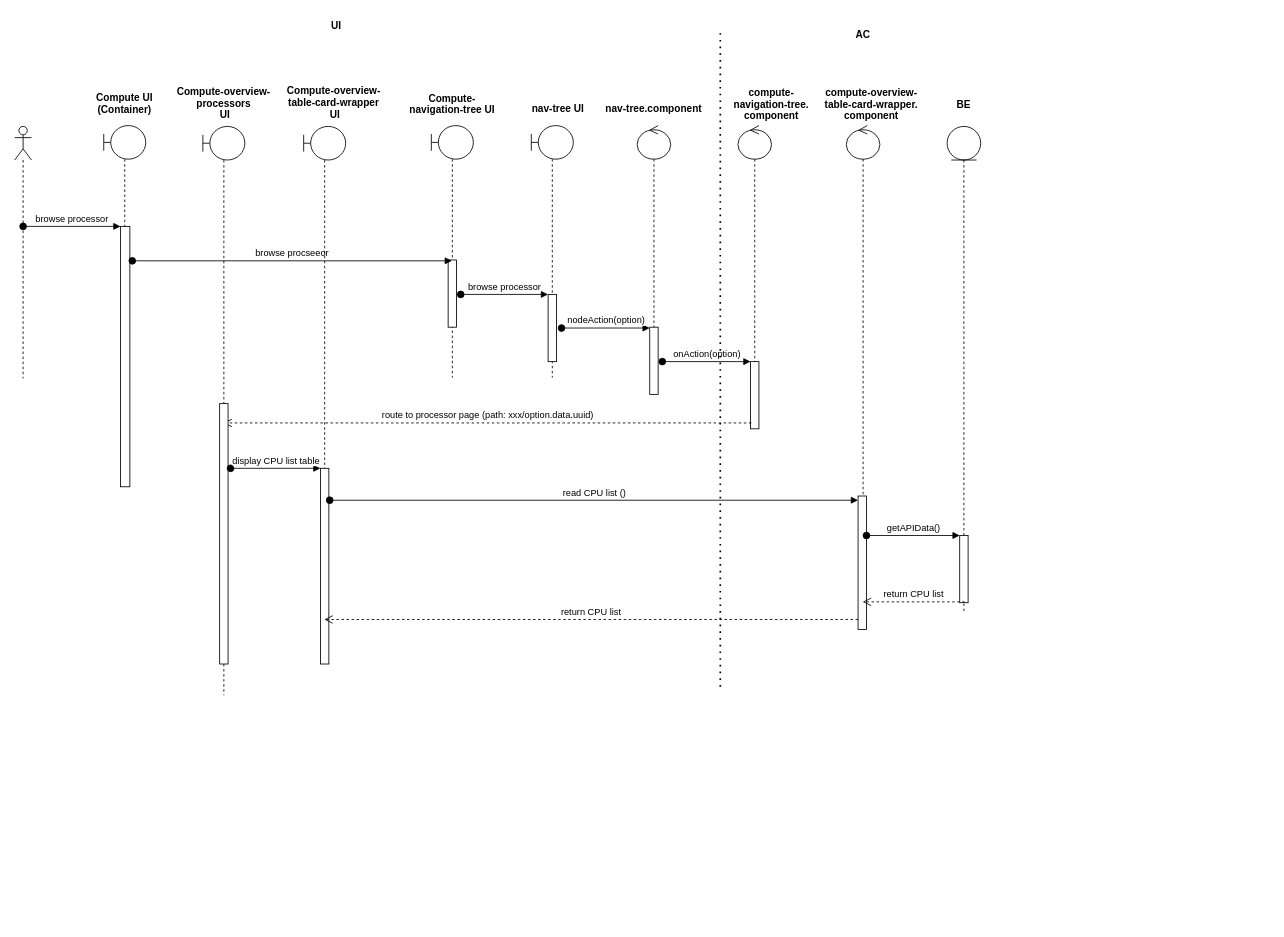
Before: page "compute/overview/processor/seq-diagram with code review" (41 of 43) of Untitled Diagram.drawio in hsiaofung/UML, a draw.io diagram. Source tidied: cells renumbered, new cells numbered last; positions are measured from the earlier drawing's top-left corner, leaving out a move shared by most shapes. Both pictures are drawn from the tidied source at 84%, with x=0, y=0 at pixel (14, 14).
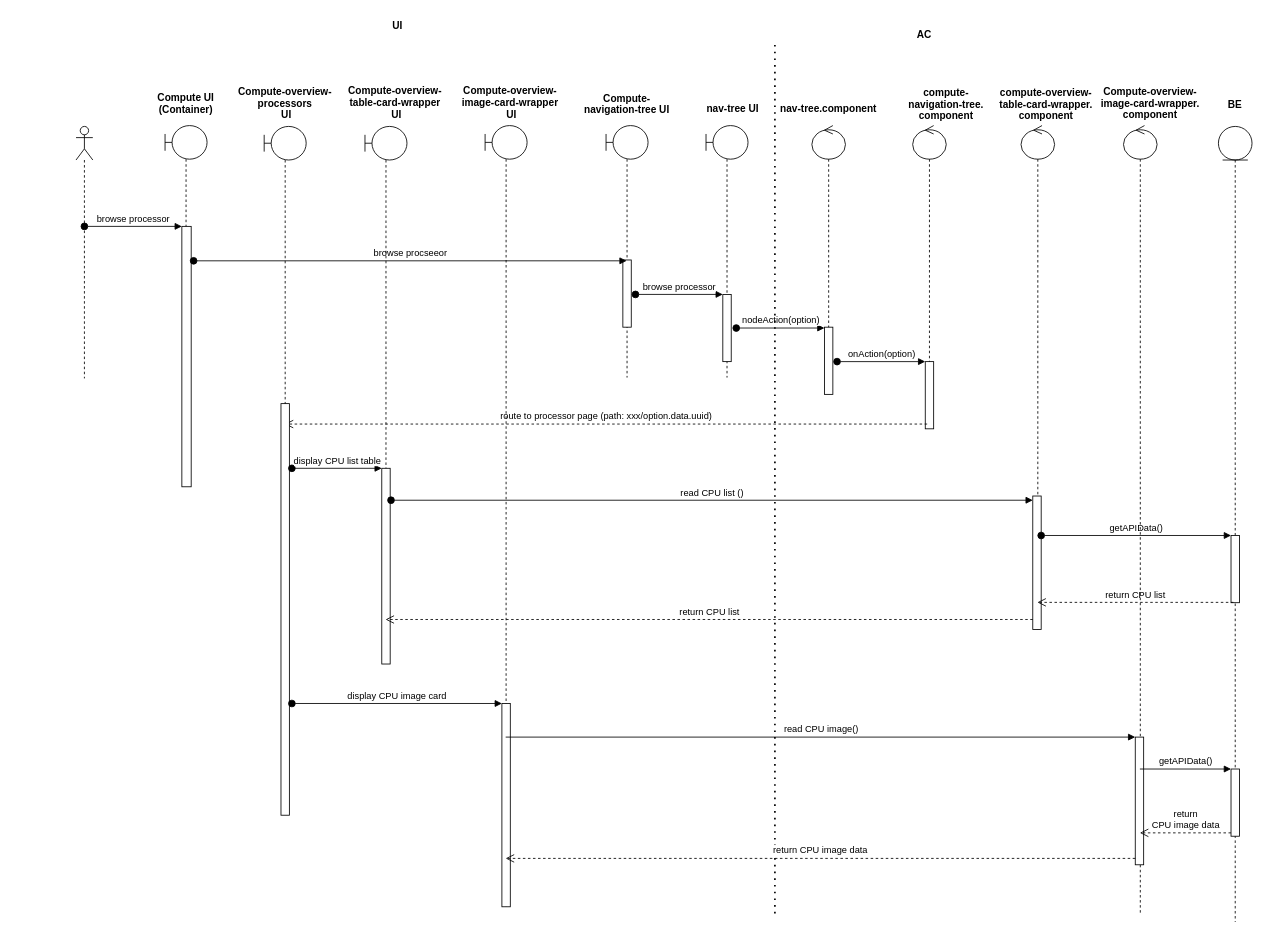
The same page after the edit.

Unchanged cells that the change refers to:
```xml
<mxCell id="4" style="html=1;points=[];perimeter=orthogonalPerimeter;" parent="3" vertex="1">
  <mxGeometry x="20" y="120" width="11.1" height="310" as="geometry" />
</mxCell>
<mxCell id="11" style="html=1;points=[];perimeter=orthogonalPerimeter;" parent="10" vertex="1">
  <mxGeometry x="20" y="201" width="10" height="80" as="geometry" />
</mxCell>
<mxCell id="16" style="html=1;points=[];perimeter=orthogonalPerimeter;" parent="15" vertex="1">
  <mxGeometry x="15" y="240" width="10" height="80" as="geometry" />
</mxCell>
<mxCell id="31" style="html=1;points=[];perimeter=orthogonalPerimeter;" parent="30" vertex="1">
  <mxGeometry x="20" y="407" width="10" height="233" as="geometry" />
</mxCell>
<mxCell id="35" style="html=1;points=[];perimeter=orthogonalPerimeter;" parent="34" vertex="1">
  <mxGeometry x="14" y="441" width="10" height="159" as="geometry" />
</mxCell>
<mxCell id="40" style="html=1;points=[];perimeter=orthogonalPerimeter;" parent="39" vertex="1">
  <mxGeometry x="15" y="487" width="10" height="80" as="geometry" />
</mxCell>
```

Change to the diagram source:
```diff
@@
     <mxCell id="2" style="shape=umlLifeline;participant=umlActor;perimeter=lifelinePerimeter;whiteSpace=wrap;html=1;verticalAlign=top;spacingTop=36;" parent="1" vertex="1">
-      <mxGeometry y="133" width="20" height="300" as="geometry" />
+      <mxGeometry x="73" y="133" width="20" height="300" as="geometry" />
     </mxCell>
     <mxCell id="3" style="shape=umlLifeline;participant=umlBoundary;perimeter=lifelinePerimeter;whiteSpace=wrap;html=1;verticalAlign=top;spacingTop=36;" parent="1" vertex="1">
-      <mxGeometry x="106" y="132" width="50" height="430" as="geometry" />
+      <mxGeometry x="179" y="132" width="50" height="430" as="geometry" />
     </mxCell>
@@
     <mxCell id="5" value="Compute UI&#10;(Container)" style="text;align=center;fontStyle=1;verticalAlign=middle;spacingLeft=3;spacingRight=3;strokeColor=none;" parent="1" vertex="1">
-      <mxGeometry x="91" y="92" width="80" height="26" as="geometry" />
+      <mxGeometry x="164" y="92" width="80" height="26" as="geometry" />
     </mxCell>
     <mxCell id="6" value="browse processor" style="html=1;verticalAlign=bottom;startArrow=oval;endArrow=block;startSize=8;rounded=0;" parent="1" edge="1" target="4">
       <mxGeometry relative="1" as="geometry">
-        <mxPoint x="10" y="252" as="sourcePoint" />
+        <mxPoint x="83" y="252" as="sourcePoint" />
       </mxGeometry>
     </mxCell>
     <mxCell id="7" style="shape=umlLifeline;participant=umlBoundary;perimeter=lifelinePerimeter;whiteSpace=wrap;html=1;verticalAlign=top;spacingTop=36;outlineConnect=0;" parent="1" vertex="1">
-      <mxGeometry x="496" y="132" width="50" height="300" as="geometry" />
+      <mxGeometry x="704" y="132" width="50" height="300" as="geometry" />
     </mxCell>
@@
     <mxCell id="9" value="nav-tree UI" style="text;align=center;fontStyle=1;verticalAlign=middle;spacingLeft=3;spacingRight=3;strokeColor=none;" parent="1" vertex="1">
-      <mxGeometry x="607" y="98" width="80" height="26" as="geometry" />
+      <mxGeometry x="815" y="98" width="80" height="26" as="geometry" />
     </mxCell>
     <mxCell id="10" style="shape=umlLifeline;participant=umlBoundary;perimeter=lifelinePerimeter;whiteSpace=wrap;html=1;verticalAlign=top;spacingTop=36;" parent="1" vertex="1">
-      <mxGeometry x="615" y="132" width="50" height="300" as="geometry" />
+      <mxGeometry x="823" y="132" width="50" height="300" as="geometry" />
     </mxCell>
@@
     <mxCell id="12" value="Compute-&#10;navigation-tree UI" style="text;align=center;fontStyle=1;verticalAlign=middle;spacingLeft=3;spacingRight=3;strokeColor=none;" parent="1" vertex="1">
-      <mxGeometry x="481" y="93" width="80" height="26" as="geometry" />
+      <mxGeometry x="689" y="93" width="80" height="26" as="geometry" />
     </mxCell>
     <mxCell id="13" value="browse procseeor" style="html=1;verticalAlign=bottom;startArrow=oval;endArrow=block;startSize=8;rounded=0;" parent="1" edge="1" target="7">
       <mxGeometry relative="1" as="geometry">
-        <mxPoint x="140" y="293" as="sourcePoint" />
+        <mxPoint x="213" y="293" as="sourcePoint" />
       </mxGeometry>
     </mxCell>
     <mxCell id="14" value="browse processor" style="html=1;verticalAlign=bottom;startArrow=oval;endArrow=block;startSize=8;rounded=0;" parent="1" edge="1" target="11">
       <mxGeometry relative="1" as="geometry">
-        <mxPoint x="531" y="333" as="sourcePoint" />
+        <mxPoint x="739" y="333" as="sourcePoint" />
       </mxGeometry>
     </mxCell>
     <mxCell id="15" style="shape=umlLifeline;participant=umlControl;perimeter=lifelinePerimeter;whiteSpace=wrap;html=1;verticalAlign=top;spacingTop=36;" parent="1" vertex="1">
-      <mxGeometry x="741" y="132" width="40" height="320" as="geometry" />
+      <mxGeometry x="949" y="132" width="40" height="320" as="geometry" />
     </mxCell>
@@
     <mxCell id="17" value="nav-tree.component" style="text;align=center;fontStyle=1;verticalAlign=middle;spacingLeft=3;spacingRight=3;strokeColor=none;" parent="1" vertex="1">
-      <mxGeometry x="721" y="98" width="80" height="26" as="geometry" />
+      <mxGeometry x="929" y="98" width="80" height="26" as="geometry" />
     </mxCell>
     <mxCell id="18" value="nodeAction(option)" style="html=1;verticalAlign=bottom;startArrow=oval;endArrow=block;startSize=8;rounded=0;" parent="1" edge="1" target="16">
       <mxGeometry relative="1" as="geometry">
-        <mxPoint x="651" y="373" as="sourcePoint" />
+        <mxPoint x="859" y="373" as="sourcePoint" />
       </mxGeometry>
     </mxCell>
     <mxCell id="19" style="shape=umlLifeline;participant=umlControl;perimeter=lifelinePerimeter;whiteSpace=wrap;html=1;verticalAlign=top;spacingTop=36;" parent="1" vertex="1">
-      <mxGeometry x="861" y="132" width="40" height="300" as="geometry" />
+      <mxGeometry x="1069" y="132" width="40" height="300" as="geometry" />
     </mxCell>
     <mxCell id="20" style="html=1;points=[];perimeter=orthogonalPerimeter;" parent="1" vertex="1">
-      <mxGeometry x="876" y="413" width="10" height="80" as="geometry" />
+      <mxGeometry x="1084" y="413" width="10" height="80" as="geometry" />
     </mxCell>
     <mxCell id="21" value="onAction(option)" style="html=1;verticalAlign=bottom;startArrow=oval;endArrow=block;startSize=8;rounded=0;" parent="1" edge="1" target="20">
       <mxGeometry relative="1" as="geometry">
-        <mxPoint x="771" y="413" as="sourcePoint" />
+        <mxPoint x="979" y="413" as="sourcePoint" />
       </mxGeometry>
     </mxCell>
     <mxCell id="22" value="compute-&#10;navigation-tree.&#10;component" style="text;align=center;fontStyle=1;verticalAlign=middle;spacingLeft=3;spacingRight=3;strokeColor=none;" parent="1" vertex="1">
-      <mxGeometry x="861" y="93" width="80" height="26" as="geometry" />
+      <mxGeometry x="1069" y="93" width="80" height="26" as="geometry" />
     </mxCell>
-    <mxCell id="23" value="route to processor page (path: xxx/option.data.uuid)" style="html=1;verticalAlign=bottom;endArrow=open;dashed=1;endSize=8;rounded=0;exitX=0.1;exitY=0.963;exitDx=0;exitDy=0;exitPerimeter=0;" parent="1" edge="1" target="27">
-      <mxGeometry relative="1" as="geometry">
-        <mxPoint x="877" y="486" as="sourcePoint" />
-      </mxGeometry>
+    <mxCell id="23" value="route to processor page (path: xxx/option.data.uuid)" style="html=1;verticalAlign=bottom;endArrow=open;dashed=1;endSize=8;rounded=0;exitX=0.226;exitY=0.929;exitDx=0;exitDy=0;exitPerimeter=0;" parent="1" edge="1" source="20" target="27">
+      <mxGeometry relative="1" as="geometry" />
     </mxCell>
     <mxCell id="24" style="endArrow=none;dashed=1;html=1;dashPattern=1 3;strokeWidth=2;rounded=0;" parent="1" edge="1">
       <mxGeometry relative="1" as="geometry">
-        <mxPoint x="840" y="800" as="sourcePoint" />
-        <mxPoint x="840" y="20" as="targetPoint" />
+        <mxPoint x="905" y="1070" as="sourcePoint" />
+        <mxPoint x="905" y="36" as="targetPoint" />
       </mxGeometry>
     </mxCell>
     <mxCell id="25" value="AC" style="text;align=center;fontStyle=1;verticalAlign=middle;spacingLeft=3;spacingRight=3;strokeColor=none;" parent="1" vertex="1">
-      <mxGeometry x="970" y="10" width="80" height="26" as="geometry" />
+      <mxGeometry x="1043" y="10" width="80" height="26" as="geometry" />
     </mxCell>
     <mxCell id="26" value="UI" style="text;align=center;fontStyle=1;verticalAlign=middle;spacingLeft=3;spacingRight=3;strokeColor=none;" parent="1" vertex="1">
-      <mxGeometry x="343" width="80" height="26" as="geometry" />
+      <mxGeometry x="416" width="80" height="26" as="geometry" />
     </mxCell>
     <mxCell id="27" style="shape=umlLifeline;participant=umlBoundary;perimeter=lifelinePerimeter;whiteSpace=wrap;html=1;verticalAlign=top;spacingTop=36;outlineConnect=0;" parent="1" vertex="1">
-      <mxGeometry x="224" y="133" width="50" height="677" as="geometry" />
+      <mxGeometry x="297" y="133" width="50" height="820" as="geometry" />
     </mxCell>
     <mxCell id="28" style="html=1;perimeter=orthogonalPerimeter;" parent="27" vertex="1">
-      <mxGeometry x="20" y="330" width="10" height="310" as="geometry" />
+      <mxGeometry x="20" y="330" width="10" height="490" as="geometry" />
     </mxCell>
     <mxCell id="29" value="Compute-overview-&#10;processors&#10; UI&#10;" style="text;align=center;fontStyle=1;verticalAlign=middle;spacingLeft=3;spacingRight=3;strokeColor=none;" parent="1" vertex="1">
-      <mxGeometry x="209" y="99" width="80" height="26" as="geometry" />
+      <mxGeometry x="282" y="99" width="80" height="26" as="geometry" />
     </mxCell>
     <mxCell id="30" style="shape=umlLifeline;participant=umlBoundary;perimeter=lifelinePerimeter;whiteSpace=wrap;html=1;verticalAlign=top;spacingTop=36;outlineConnect=0;" parent="1" vertex="1">
-      <mxGeometry x="344" y="133" width="50" height="640" as="geometry" />
+      <mxGeometry x="417" y="133" width="50" height="640" as="geometry" />
     </mxCell>
@@
     <mxCell id="32" value="Compute-overview-&#10;table-card-wrapper&#10; UI&#10;" style="text;align=center;fontStyle=1;verticalAlign=middle;spacingLeft=3;spacingRight=3;strokeColor=none;" parent="1" vertex="1">
-      <mxGeometry x="340" y="98" width="80" height="26" as="geometry" />
+      <mxGeometry x="413" y="98" width="80" height="26" as="geometry" />
     </mxCell>
     <mxCell id="33" value="display CPU list table" style="html=1;verticalAlign=bottom;startArrow=oval;endArrow=block;startSize=8;rounded=0;" parent="1" edge="1" target="31">
       <mxGeometry relative="1" as="geometry">
-        <mxPoint x="257" y="540" as="sourcePoint" />
+        <mxPoint x="330" y="540" as="sourcePoint" />
       </mxGeometry>
     </mxCell>
     <mxCell id="34" style="shape=umlLifeline;participant=umlControl;perimeter=lifelinePerimeter;whiteSpace=wrap;html=1;verticalAlign=top;spacingTop=36;outlineConnect=0;" parent="1" vertex="1">
-      <mxGeometry x="990" y="132" width="40" height="600" as="geometry" />
+      <mxGeometry x="1198" y="132" width="40" height="600" as="geometry" />
     </mxCell>
@@
     <mxCell id="37" value="compute-overview-&#10;table-card-wrapper.&#10;component" style="text;align=center;fontStyle=1;verticalAlign=middle;spacingLeft=3;spacingRight=3;strokeColor=none;" parent="1" vertex="1">
-      <mxGeometry x="980" y="93" width="80" height="26" as="geometry" />
+      <mxGeometry x="1188" y="93" width="80" height="26" as="geometry" />
     </mxCell>
     <mxCell id="38" value="read CPU list ()" style="html=1;verticalAlign=bottom;startArrow=oval;endArrow=block;startSize=8;rounded=0;" parent="1" edge="1" target="35">
       <mxGeometry relative="1" as="geometry">
-        <mxPoint x="375" y="578" as="sourcePoint" />
+        <mxPoint x="448" y="578" as="sourcePoint" />
       </mxGeometry>
     </mxCell>
     <mxCell id="39" style="shape=umlLifeline;participant=umlEntity;perimeter=lifelinePerimeter;whiteSpace=wrap;html=1;verticalAlign=top;spacingTop=36;" parent="1" vertex="1">
-      <mxGeometry x="1110" y="133" width="40" height="577" as="geometry" />
+      <mxGeometry x="1433" y="133" width="40" height="947" as="geometry" />
     </mxCell>
@@
+    <mxCell id="44" style="html=1;points=[];perimeter=orthogonalPerimeter;" parent="39" vertex="1">
+      <mxGeometry x="15" y="765" width="10" height="80" as="geometry" />
+    </mxCell>
     <mxCell id="41" value="BE" style="text;align=center;fontStyle=1;verticalAlign=middle;spacingLeft=3;spacingRight=3;strokeColor=none;" parent="1" vertex="1">
-      <mxGeometry x="1090" y="93" width="80" height="26" as="geometry" />
+      <mxGeometry x="1413" y="93" width="80" height="26" as="geometry" />
     </mxCell>
     <mxCell id="42" value="getAPIData()" style="html=1;verticalAlign=bottom;startArrow=oval;endArrow=block;startSize=8;rounded=0;" parent="1" edge="1" target="40">
       <mxGeometry relative="1" as="geometry">
-        <mxPoint x="1014" y="620" as="sourcePoint" />
+        <mxPoint x="1222" y="620" as="sourcePoint" />
       </mxGeometry>
     </mxCell>
-    <mxCell id="43" value="return CPU list" style="html=1;verticalAlign=bottom;endArrow=open;dashed=1;endSize=8;rounded=0;" parent="1" edge="1" target="34">
-      <mxGeometry relative="1" as="geometry">
-        <mxPoint x="1131" y="699" as="sourcePoint" />
-      </mxGeometry>
+    <mxCell id="43" value="return CPU list" style="html=1;verticalAlign=bottom;endArrow=open;dashed=1;endSize=8;rounded=0;exitX=0.283;exitY=0.995;exitDx=0;exitDy=0;exitPerimeter=0;" parent="1" edge="1" source="40" target="34">
+      <mxGeometry relative="1" as="geometry" />
     </mxCell>
+    <mxCell id="45" style="shape=umlLifeline;participant=umlBoundary;perimeter=lifelinePerimeter;whiteSpace=wrap;html=1;verticalAlign=top;spacingTop=36;outlineConnect=0;" parent="1" vertex="1">
+      <mxGeometry x="560" y="132" width="50" height="930" as="geometry" />
+    </mxCell>
+    <mxCell id="46" style="html=1;points=[];perimeter=orthogonalPerimeter;" parent="45" vertex="1">
+      <mxGeometry x="20" y="688" width="10" height="242" as="geometry" />
+    </mxCell>
+    <mxCell id="47" value="Compute-overview-&#10;image-card-wrapper&#10; UI&#10;" style="text;align=center;fontStyle=1;verticalAlign=middle;spacingLeft=3;spacingRight=3;strokeColor=none;" parent="1" vertex="1">
+      <mxGeometry x="550" y="98" width="80" height="26" as="geometry" />
+    </mxCell>
+    <mxCell id="48" value="display CPU image card" style="html=1;verticalAlign=bottom;startArrow=oval;endArrow=block;startSize=8;rounded=0;" parent="1" edge="1" target="46">
+      <mxGeometry relative="1" as="geometry">
+        <mxPoint x="330" y="820" as="sourcePoint" />
+      </mxGeometry>
+    </mxCell>
+    <mxCell id="49" style="shape=umlLifeline;participant=umlControl;perimeter=lifelinePerimeter;whiteSpace=wrap;html=1;verticalAlign=top;spacingTop=36;outlineConnect=0;" parent="1" vertex="1">
+      <mxGeometry x="1320" y="132" width="40" height="938" as="geometry" />
+    </mxCell>
+    <mxCell id="50" style="html=1;points=[];perimeter=orthogonalPerimeter;" parent="49" vertex="1">
+      <mxGeometry x="14" y="728" width="10" height="152" as="geometry" />
+    </mxCell>
+    <mxCell id="51" value="Compute-overview-&#10;image-card-wrapper.&#10;component&#10;" style="text;align=center;fontStyle=1;verticalAlign=middle;spacingLeft=3;spacingRight=3;strokeColor=none;" parent="1" vertex="1">
+      <mxGeometry x="1312" y="99" width="80" height="26" as="geometry" />
+    </mxCell>
+    <mxCell id="52" value="read CPU image()" style="html=1;verticalAlign=bottom;endArrow=block;entryX=0;entryY=0;rounded=0;" parent="1" edge="1" source="45" target="50">
+      <mxGeometry relative="1" as="geometry" />
+    </mxCell>
+    <mxCell id="53" value="return CPU image data" style="html=1;verticalAlign=bottom;endArrow=open;dashed=1;endSize=8;exitX=0;exitY=0.95;rounded=0;" parent="1" edge="1" source="50" target="45">
+      <mxGeometry relative="1" as="geometry" />
+    </mxCell>
+    <mxCell id="54" value="getAPIData()" style="html=1;verticalAlign=bottom;endArrow=block;entryX=0;entryY=0;rounded=0;" parent="1" edge="1" source="49" target="44">
+      <mxGeometry relative="1" as="geometry" />
+    </mxCell>
+    <mxCell id="55" value="return &lt;br&gt;CPU image data" style="html=1;verticalAlign=bottom;endArrow=open;dashed=1;endSize=8;exitX=0;exitY=0.95;rounded=0;" parent="1" edge="1" source="44" target="49">
+      <mxGeometry relative="1" as="geometry" />
+    </mxCell>
```
